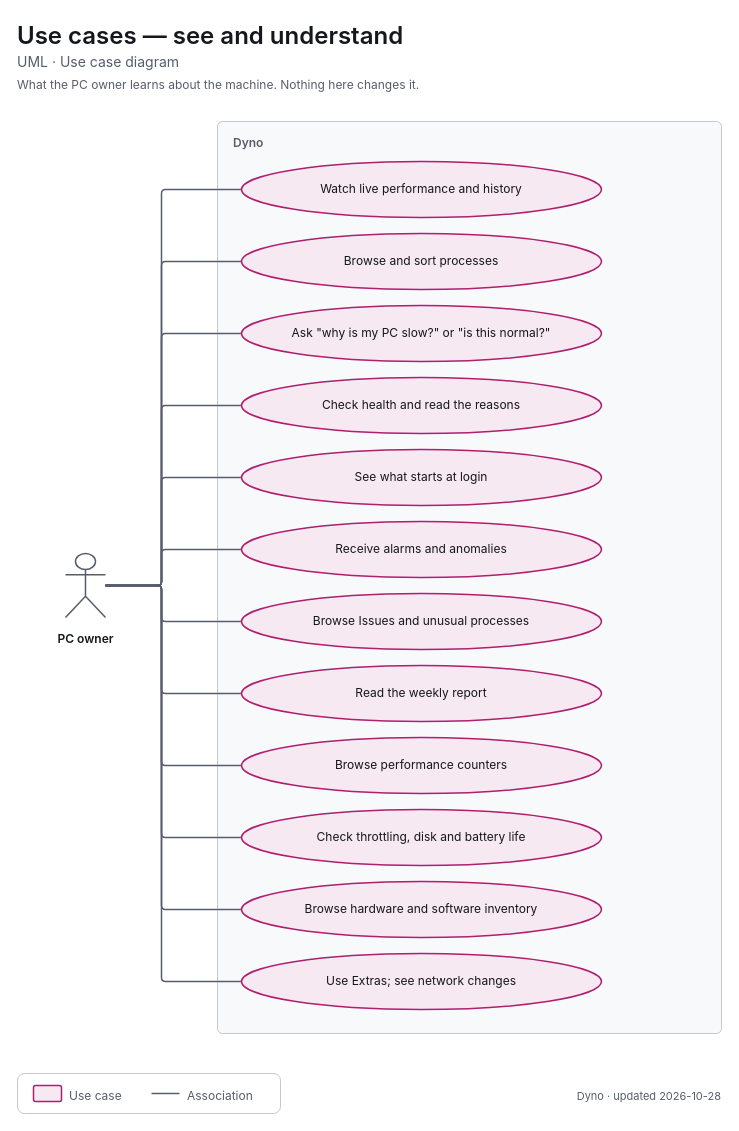
decryp7/paddock keeps this draw.io diagram as apps/dyno/diagrams/uml-use-cases-observe.drawio. Above is the earlier version. Source tidied: cells renumbered, new cells numbered last; positions are measured from the earlier drawing's top-left corner, leaving out a move shared by most shapes. Both pictures are drawn from the tidied source at 100%, with x=0, y=0 at pixel (17, 17).
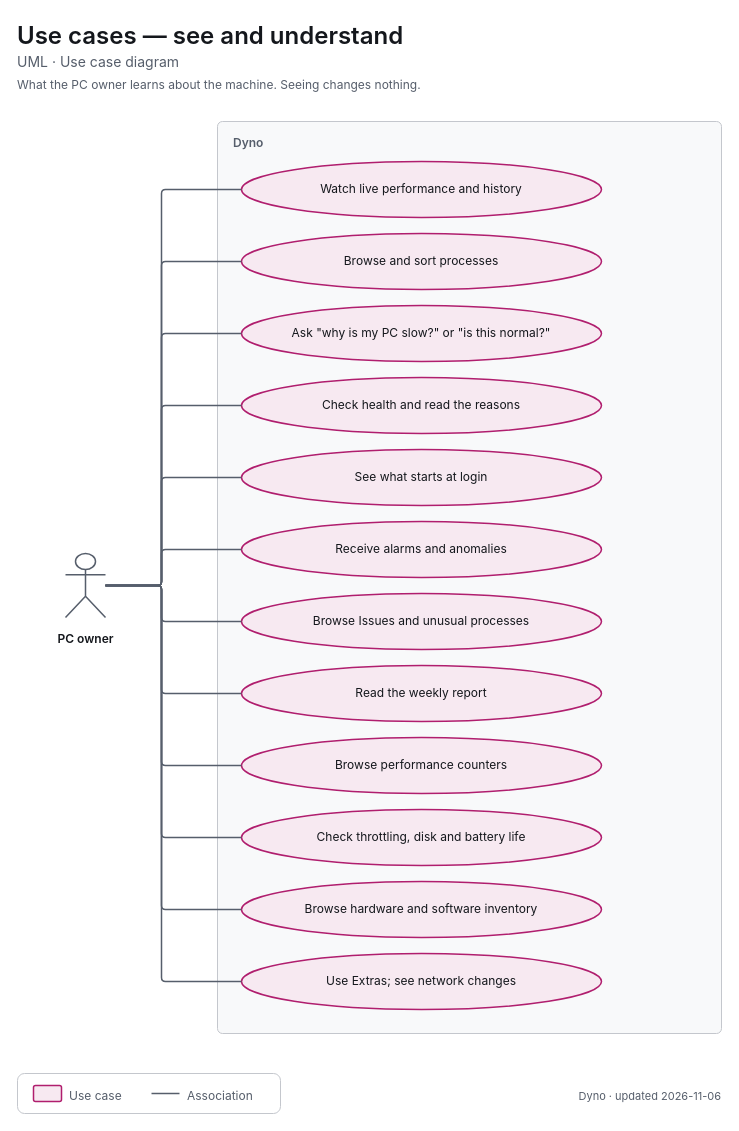
The same page after the edit.

What changed in the source:
```diff
@@
-    <mxCell id="4" value="&lt;span style=&quot;font-size:12px;font-weight:400&quot;&gt;What the PC owner learns about the machine. Nothing here changes it.&lt;/span&gt;" style="html=1;whiteSpace=wrap;fontFamily=-apple-system,BlinkMacSystemFont,Segoe UI,system-ui,sans-serif;fontSize=12;fontColor=light-dark(#14171C,#ECEEF1);text;strokeColor=none;fillColor=none;align=left;verticalAlign=top;spacing=0;fontColor=light-dark(#565E6B,#A0A7B2);" parent="1" vertex="1">
+    <mxCell id="4" value="&lt;span style=&quot;font-size:12px;font-weight:400&quot;&gt;What the PC owner learns about the machine. Seeing changes nothing.&lt;/span&gt;" style="html=1;whiteSpace=wrap;fontFamily=-apple-system,BlinkMacSystemFont,Segoe UI,system-ui,sans-serif;fontSize=12;fontColor=light-dark(#14171C,#ECEEF1);text;strokeColor=none;fillColor=none;align=left;verticalAlign=top;spacing=0;fontColor=light-dark(#565E6B,#A0A7B2);" parent="1" vertex="1">
       <mxGeometry y="56" width="704" height="20" as="geometry" />
     </mxCell>
@@
-    <mxCell id="36" value="&lt;span style=&quot;font-size:11px;font-weight:400&quot;&gt;Dyno · updated 2026-10-28&lt;/span&gt;" style="html=1;whiteSpace=wrap;fontFamily=-apple-system,BlinkMacSystemFont,Segoe UI,system-ui,sans-serif;fontSize=12;fontColor=light-dark(#14171C,#ECEEF1);text;strokeColor=none;fillColor=none;align=right;verticalAlign=top;spacing=0;fontColor=light-dark(#565E6B,#A0A7B2);" parent="1" vertex="1">
+    <mxCell id="36" value="&lt;span style=&quot;font-size:11px;font-weight:400&quot;&gt;Dyno · updated 2026-11-06&lt;/span&gt;" style="html=1;whiteSpace=wrap;fontFamily=-apple-system,BlinkMacSystemFont,Segoe UI,system-ui,sans-serif;fontSize=12;fontColor=light-dark(#14171C,#ECEEF1);text;strokeColor=none;fillColor=none;align=right;verticalAlign=top;spacing=0;fontColor=light-dark(#565E6B,#A0A7B2);" parent="1" vertex="1">
       <mxGeometry x="344" y="1067" width="360" height="18" as="geometry" />
     </mxCell>
```
